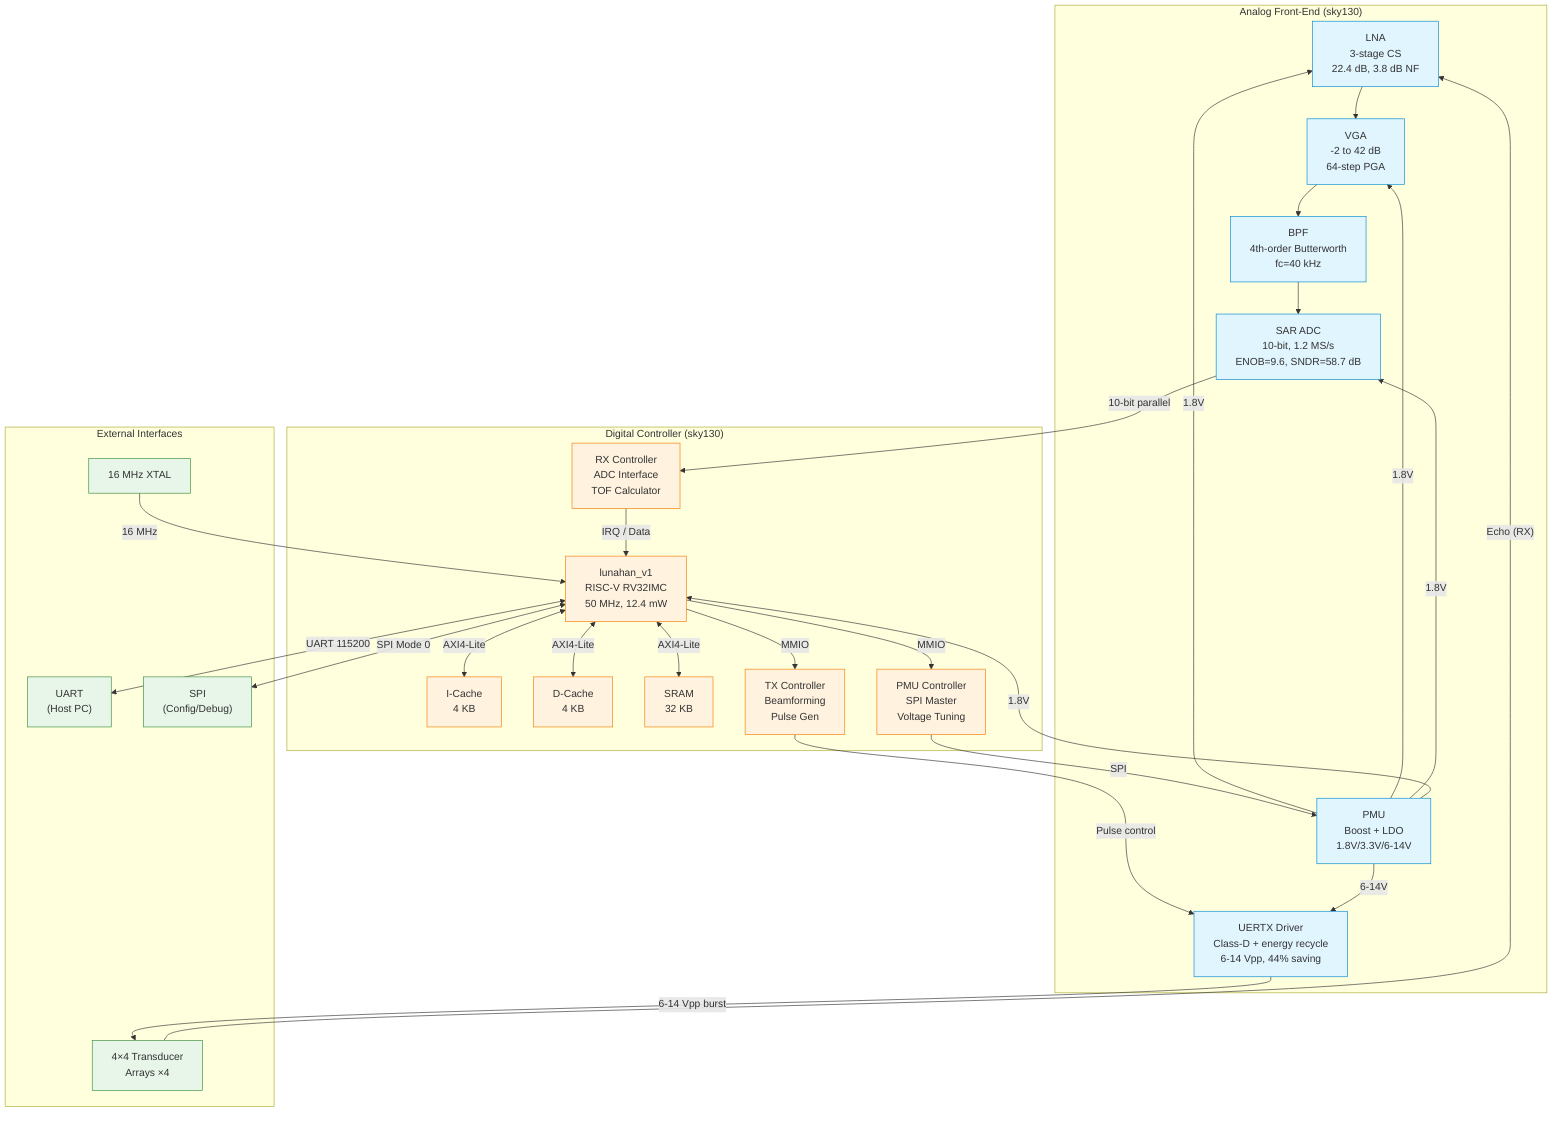
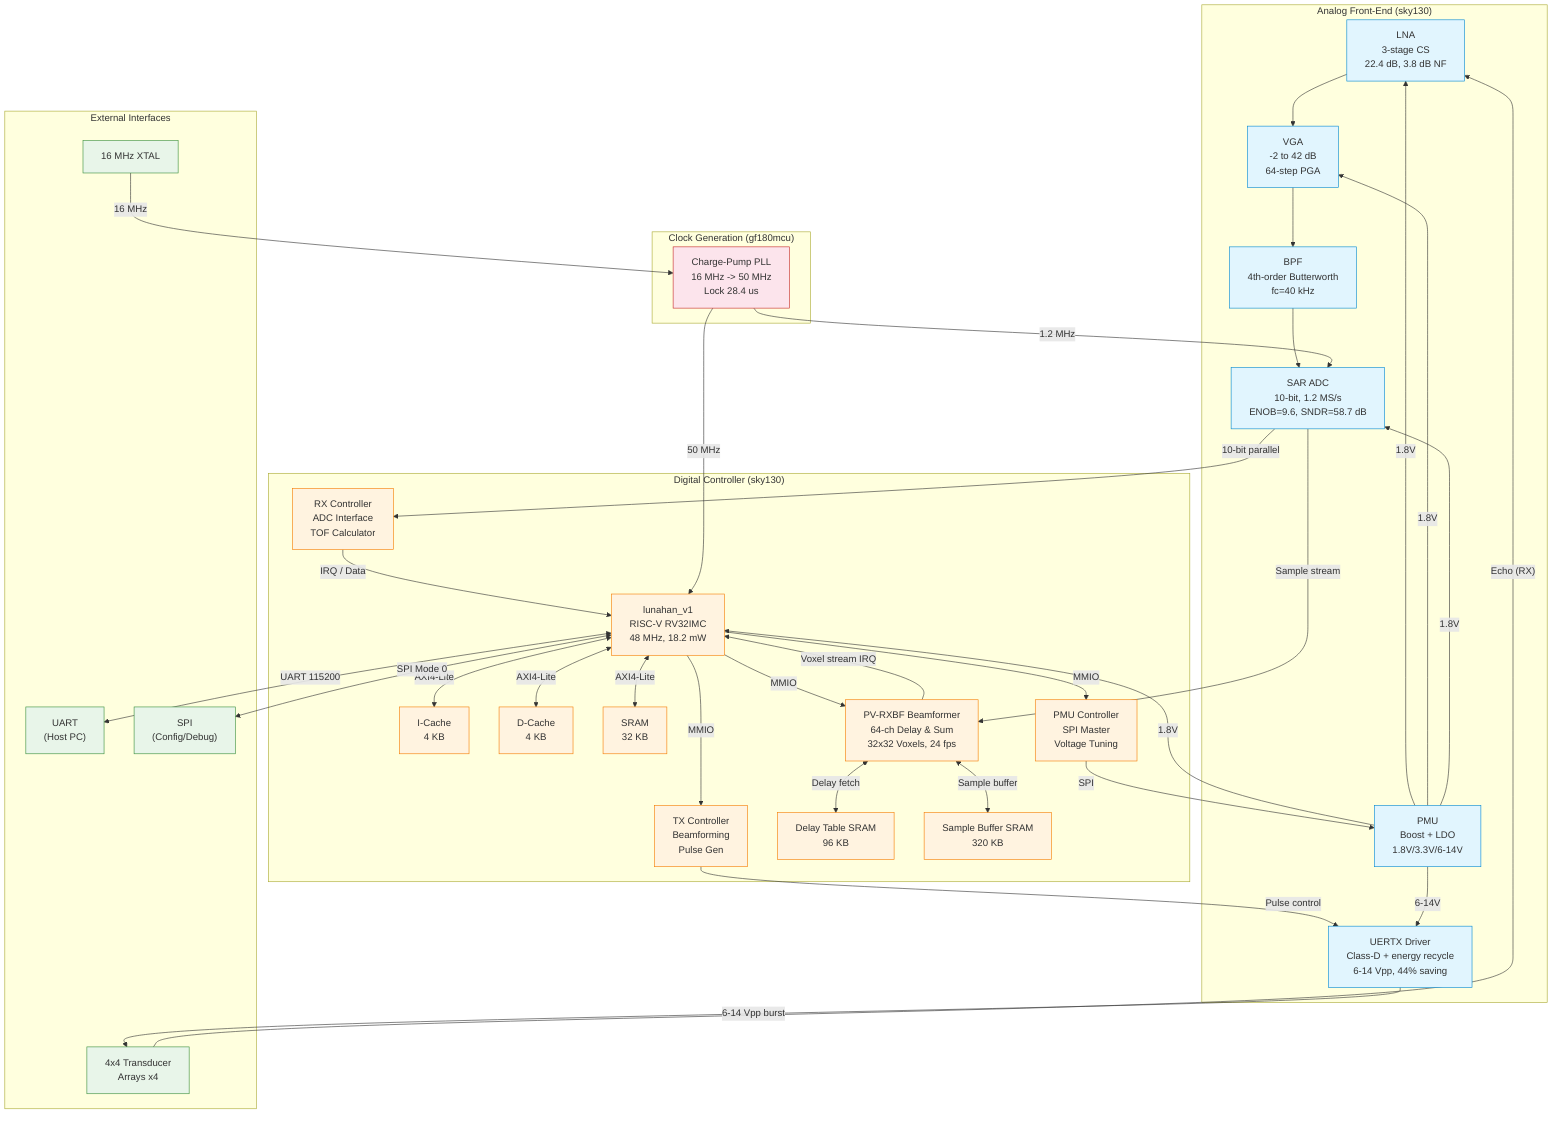
```mermaid
graph TB
    subgraph AFE["Analog Front-End (sky130)"]
        LNA["LNA<br/>3-stage CS<br/>22.4 dB, 3.8 dB NF"]
        VGA["VGA<br/>-2 to 42 dB<br/>64-step PGA"]
        BPF["BPF<br/>4th-order Butterworth<br/>fc=40 kHz"]
        ADC["SAR ADC<br/>10-bit, 1.2 MS/s<br/>ENOB=9.6, SNDR=58.7 dB"]
        UERTX["UERTX Driver<br/>Class-D + energy recycle<br/>6-14 Vpp, 44% saving"]
        PMU["PMU<br/>Boost + LDO<br/>1.8V/3.3V/6-14V"]
    end

    subgraph DIGITAL["Digital Controller (sky130)"]
-         CORE["lunahan_v1<br/>RISC-V RV32IMC<br/>50 MHz, 12.4 mW"]
+         CORE["lunahan_v1<br/>RISC-V RV32IMC<br/>48 MHz, 18.2 mW"]
        ICACHE["I-Cache<br/>4 KB"]
        DCACHE["D-Cache<br/>4 KB"]
        SRAM["SRAM<br/>32 KB"]
        TXCTRL["TX Controller<br/>Beamforming<br/>Pulse Gen"]
        RXCTRL["RX Controller<br/>ADC Interface<br/>TOF Calculator"]
        PMUCTRL["PMU Controller<br/>SPI Master<br/>Voltage Tuning"]
+         PV_RXBF["PV-RXBF Beamformer<br/>64-ch Delay & Sum<br/>32x32 Voxels, 24 fps"]
+         DELAY_SRAM["Delay Table SRAM<br/>96 KB"]
+         SAMPLE_SRAM["Sample Buffer SRAM<br/>320 KB"]
    end

    subgraph IO["External Interfaces"]
        XTAL["16 MHz XTAL"]
        UART_IO["UART<br/>(Host PC)"]
        SPI_IO["SPI<br/>(Config/Debug)"]
-         TRANSDUCER["4×4 Transducer<br/>Arrays ×4"]
+         TRANSDUCER["4x4 Transducer<br/>Arrays x4"]
+     end
+ 
+     subgraph CLOCK["Clock Generation (gf180mcu)"]
+         PLL["Charge-Pump PLL<br/>16 MHz -> 50 MHz<br/>Lock 28.4 us"]
    end

    %% AFE signal chain
    TRANSDUCER -->|"Echo (RX)"| LNA
    LNA --> VGA
    VGA --> BPF
    BPF --> ADC
    ADC -->|"10-bit parallel"| RXCTRL
+     ADC -->|"Sample stream"| PV_RXBF

    %% TX path
    TXCTRL -->|"Pulse control"| UERTX
    UERTX -->|"6-14 Vpp burst"| TRANSDUCER

    %% PMU
    PMU -->|"1.8V"| LNA
    PMU -->|"1.8V"| VGA
    PMU -->|"1.8V"| ADC
    PMU -->|"6-14V"| UERTX
    PMU -->|"1.8V"| CORE
    PMUCTRL -->|"SPI"| PMU

    %% Digital interconnect
    CORE <-->|"AXI4-Lite"| ICACHE
    CORE <-->|"AXI4-Lite"| DCACHE
    CORE <-->|"AXI4-Lite"| SRAM
    CORE -->|"MMIO"| TXCTRL
    RXCTRL -->|"IRQ / Data"| CORE
    CORE -->|"MMIO"| PMUCTRL
+     CORE -->|"MMIO"| PV_RXBF
+     PV_RXBF -->|"Voxel stream IRQ"| CORE
+     PV_RXBF <-->|"Delay fetch"| DELAY_SRAM
+     PV_RXBF <-->|"Sample buffer"| SAMPLE_SRAM

    %% External interfaces
-     XTAL -->|"16 MHz"| CORE
+     XTAL -->|"16 MHz"| PLL
+     PLL -->|"50 MHz"| CORE
+     PLL -->|"1.2 MHz"| ADC
    CORE <-->|"UART 115200"| UART_IO
    CORE <-->|"SPI Mode 0"| SPI_IO

    %% Styling
    classDef analog fill:#e1f5fe,stroke:#0288d1
    classDef digital fill:#fff3e0,stroke:#f57c00
    classDef io fill:#e8f5e9,stroke:#388e3c
+     classDef clock fill:#fce4ec,stroke:#c62828
    class LNA,VGA,BPF,ADC,UERTX,PMU analog
-     class CORE,ICACHE,DCACHE,SRAM,TXCTRL,RXCTRL,PMUCTRL digital
+     class CORE,ICACHE,DCACHE,SRAM,TXCTRL,RXCTRL,PMUCTRL,PV_RXBF,DELAY_SRAM,SAMPLE_SRAM digital
    class XTAL,UART_IO,SPI_IO,TRANSDUCER io
+     class PLL clock
```
